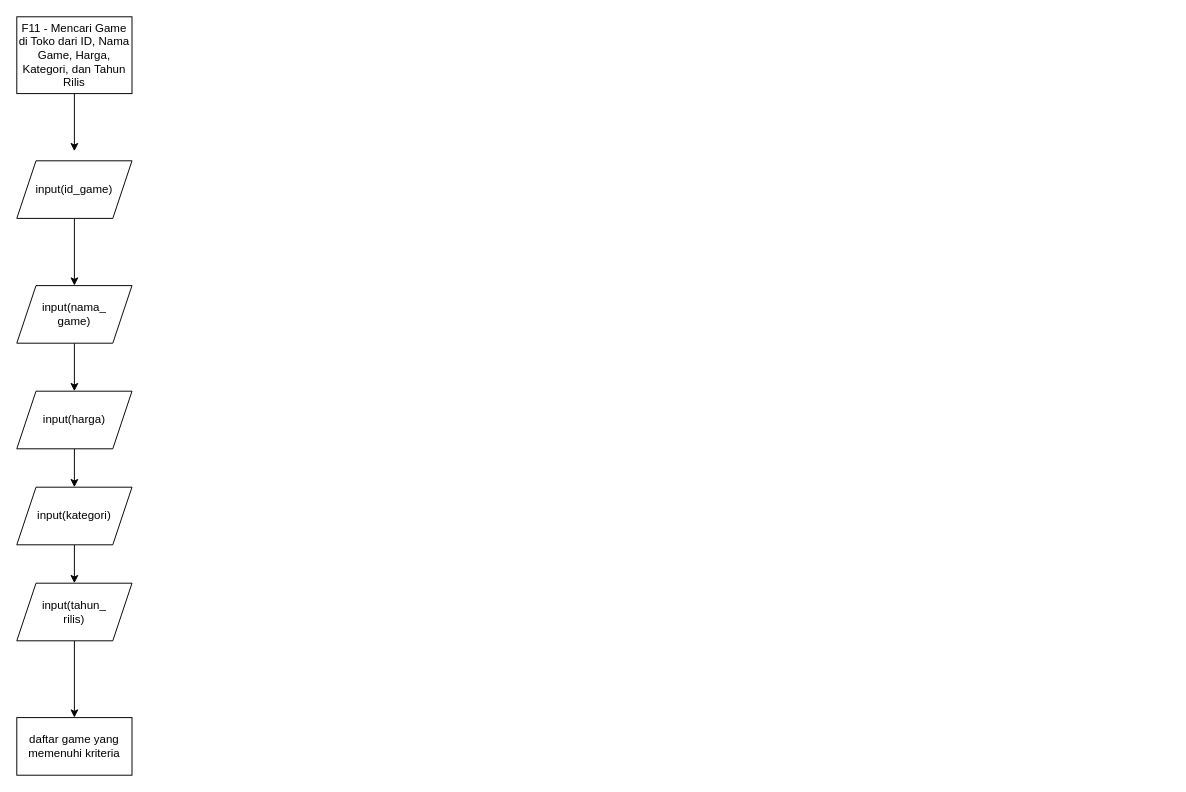
Before: page "F11" (11 of 17) of f01/f01.drawio in yuujin-Q/tubes_daspro, a draw.io diagram. Source tidied: cells renumbered, new cells numbered last; positions are measured from the earlier drawing's top-left corner, leaving out a move shared by most shapes. Both pictures are drawn from the tidied source at 96%, with x=0, y=0 at pixel (16, 16).
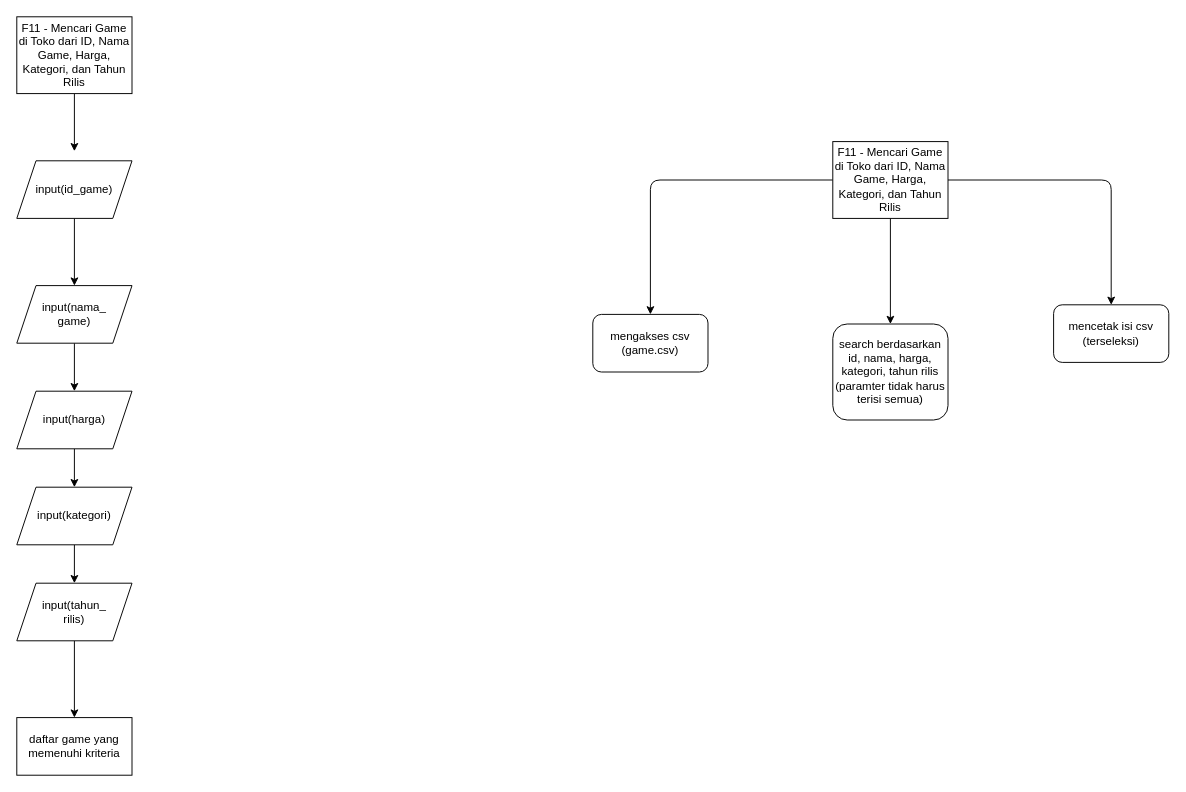
The same page after the edit.

Diff of the diagram source:
```diff
@@
+    <mxCell id="15" style="edgeStyle=orthogonalEdgeStyle;html=1;entryX=0.5;entryY=0;entryDx=0;entryDy=0;" parent="1" edge="1" source="18" target="19">
+      <mxGeometry relative="1" as="geometry" />
+    </mxCell>
+    <mxCell id="16" style="edgeStyle=orthogonalEdgeStyle;html=1;entryX=0.5;entryY=0;entryDx=0;entryDy=0;" parent="1" edge="1" source="18" target="21">
+      <mxGeometry relative="1" as="geometry" />
+    </mxCell>
+    <mxCell id="17" style="edgeStyle=orthogonalEdgeStyle;html=1;entryX=0.5;entryY=0;entryDx=0;entryDy=0;" parent="1" edge="1" source="18" target="20">
+      <mxGeometry relative="1" as="geometry" />
+    </mxCell>
+    <mxCell id="18" value="F11 - Mencari Game di Toko dari ID, Nama Game, Harga, Kategori, dan Tahun Rilis" style="whiteSpace=wrap;html=1;rounded=0;" parent="1" vertex="1">
+      <mxGeometry x="850" y="130" width="120" height="80" as="geometry" />
+    </mxCell>
+    <mxCell id="19" value="mengakses csv (game.csv)" style="rounded=1;whiteSpace=wrap;html=1;" parent="1" vertex="1">
+      <mxGeometry x="600" y="310" width="120" height="60" as="geometry" />
+    </mxCell>
+    <mxCell id="20" value="mencetak isi csv (terseleksi)" style="rounded=1;whiteSpace=wrap;html=1;" parent="1" vertex="1">
+      <mxGeometry x="1080" y="300" width="120" height="60" as="geometry" />
+    </mxCell>
+    <mxCell id="21" value="search berdasarkan id, nama, harga, kategori, tahun rilis (paramter tidak harus terisi semua)" style="rounded=1;whiteSpace=wrap;html=1;" parent="1" vertex="1">
+      <mxGeometry x="850" y="320" width="120" height="100" as="geometry" />
+    </mxCell>
```
